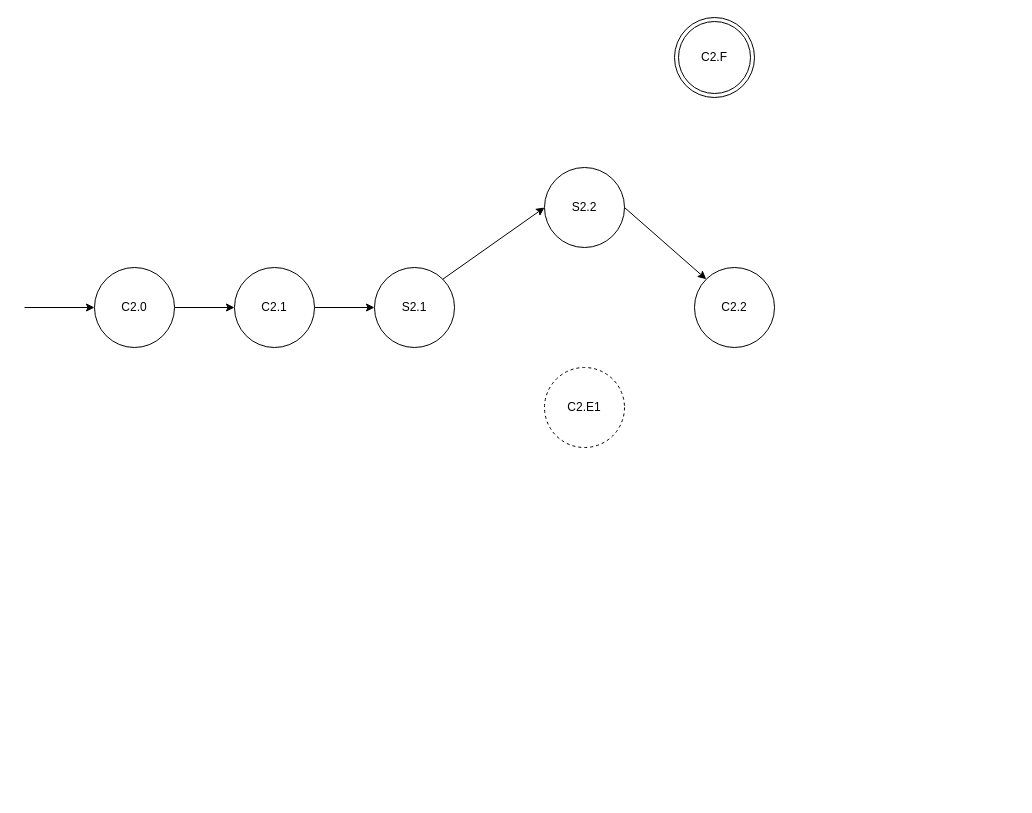
This is automate_2.4.drawio from CodeNelFey/diagramms, a draw.io file, before an edit. Source tidied: cells renumbered, new cells numbered last; positions are measured from the earlier drawing's top-left corner, leaving out a move shared by most shapes. Both pictures are drawn from the tidied source at 100%, with x=0, y=0 at pixel (24, 17).
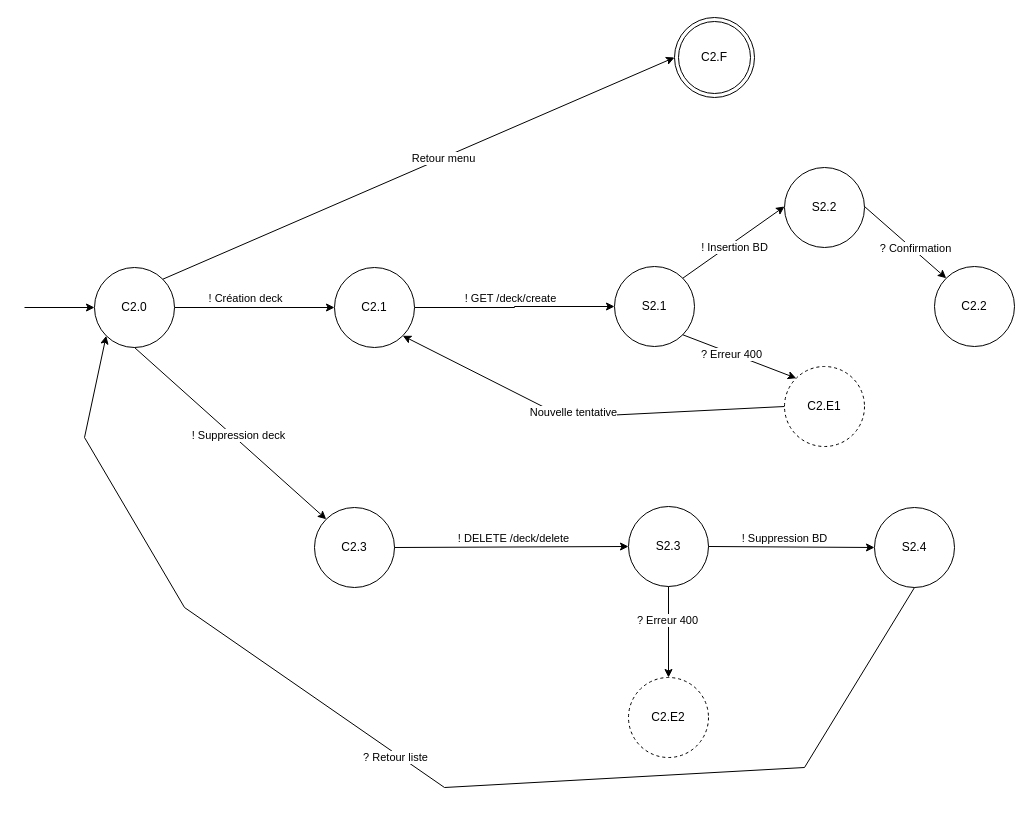
After the change.

Commit message (it also covers changes not shown here):
Mettre à jour automate_2.4.drawio

Unchanged cells that the change refers to:
```xml
<mxCell id="2" style="edgeStyle=orthogonalEdgeStyle;rounded=0;jettySize=auto;html=1;exitX=1;exitY=0.5;exitDx=0;exitDy=0;entryX=0;entryY=0.5;entryDx=0;entryDy=0;" parent="1" edge="1" source="3" target="6">
  <mxGeometry relative="1" as="geometry" />
</mxCell>
<mxCell id="3" value="C2.0" style="ellipse;whiteSpace=wrap;html=1;" parent="1" vertex="1">
  <mxGeometry x="70" y="250" width="80" height="80" as="geometry" />
</mxCell>
<mxCell id="5" style="edgeStyle=orthogonalEdgeStyle;rounded=0;jettySize=auto;html=1;entryX=0;entryY=0.5;entryDx=0;entryDy=0;" parent="1" edge="1" source="6" target="7">
  <mxGeometry relative="1" as="geometry" />
</mxCell>
<mxCell id="13" value="C2.F" style="ellipse;shape=doubleEllipse;whiteSpace=wrap;html=1;" parent="1" vertex="1">
  <mxGeometry x="650" width="80" height="80" as="geometry" />
</mxCell>
```

The edit, as a diff of the source:
```diff
@@
+    <mxCell id="14" value="! Création deck" style="edgeLabel;html=1;align=center;verticalAlign=middle;" parent="2" vertex="1">
+      <mxGeometry x="-0.12" y="-1" relative="1" as="geometry">
+        <mxPoint y="-11" as="offset" />
+      </mxGeometry>
+    </mxCell>
@@
+    <mxCell id="15" value="! GET /deck/create" style="edgeLabel;html=1;align=center;verticalAlign=middle;" parent="5" vertex="1">
+      <mxGeometry x="-0.05" y="-1" relative="1" as="geometry">
+        <mxPoint y="-11" as="offset" />
+      </mxGeometry>
+    </mxCell>
     <mxCell id="6" value="C2.1" style="ellipse;whiteSpace=wrap;html=1;" parent="1" vertex="1">
-      <mxGeometry x="210" y="250" width="80" height="80" as="geometry" />
+      <mxGeometry x="310" y="250" width="80" height="80" as="geometry" />
     </mxCell>
     <mxCell id="7" value="S2.1" style="ellipse;whiteSpace=wrap;html=1;" parent="1" vertex="1">
-      <mxGeometry x="350" y="250" width="80" height="80" as="geometry" />
+      <mxGeometry x="590" y="249" width="80" height="80" as="geometry" />
     </mxCell>
     <mxCell id="8" value="S2.2" style="ellipse;whiteSpace=wrap;html=1;" parent="1" vertex="1">
-      <mxGeometry x="520" y="150" width="80" height="80" as="geometry" />
+      <mxGeometry x="760" y="150" width="80" height="80" as="geometry" />
     </mxCell>
     <mxCell id="9" value="C2.2" style="ellipse;whiteSpace=wrap;html=1;" parent="1" vertex="1">
-      <mxGeometry x="670" y="250" width="80" height="80" as="geometry" />
+      <mxGeometry x="910" y="249" width="80" height="80" as="geometry" />
     </mxCell>
-    <mxCell id="10" style="endArrow=classic;html=1;rounded=0;exitX=1;exitY=0;exitDx=0;exitDy=0;entryX=0;entryY=0.5;entryDx=0;entryDy=0;" parent="1" edge="1" source="7" target="8">
-      <mxGeometry relative="1" as="geometry" />
+    <mxCell id="10" style="endArrow=classic;html=1;rounded=0;exitX=1;exitY=0;exitDx=0;exitDy=0;entryX=0;entryY=0.5;entryDx=0;entryDy=0;" parent="1" edge="1" source="7">
+      <mxGeometry relative="1" as="geometry">
+        <mxPoint x="760" y="189" as="targetPoint" />
+      </mxGeometry>
     </mxCell>
+    <mxCell id="16" value="! Insertion BD" style="edgeLabel;html=1;align=center;verticalAlign=middle;" parent="10" vertex="1">
+      <mxGeometry x="-0.03" y="-4" relative="1" as="geometry" />
+    </mxCell>
-    <mxCell id="11" style="endArrow=classic;html=1;rounded=0;exitX=1;exitY=0.5;exitDx=0;exitDy=0;entryX=0;entryY=0;entryDx=0;entryDy=0;" parent="1" edge="1" source="8" target="9">
-      <mxGeometry relative="1" as="geometry" />
+    <mxCell id="11" style="endArrow=classic;html=1;rounded=0;exitX=1;exitY=0.5;exitDx=0;exitDy=0;entryX=0;entryY=0;entryDx=0;entryDy=0;" parent="1" edge="1" target="9">
+      <mxGeometry relative="1" as="geometry">
+        <mxPoint x="840" y="189" as="sourcePoint" />
+      </mxGeometry>
     </mxCell>
+    <mxCell id="17" value="? Confirmation" style="edgeLabel;html=1;align=center;verticalAlign=middle;" parent="11" vertex="1">
+      <mxGeometry x="-0.01" relative="1" as="geometry">
+        <mxPoint x="10" y="6" as="offset" />
+      </mxGeometry>
+    </mxCell>
     <mxCell id="12" value="C2.E1" style="ellipse;whiteSpace=wrap;html=1;align=center;dashed=1;" parent="1" vertex="1">
-      <mxGeometry x="520" y="350" width="80" height="80" as="geometry" />
+      <mxGeometry x="760" y="349" width="80" height="80" as="geometry" />
     </mxCell>
@@
+    <mxCell id="18" style="endArrow=classic;html=1;rounded=0;exitX=1;exitY=0;exitDx=0;exitDy=0;entryX=0;entryY=0.5;entryDx=0;entryDy=0;" parent="1" edge="1" source="3" target="13">
+      <mxGeometry relative="1" as="geometry" />
+    </mxCell>
+    <mxCell id="19" value="Retour menu" style="edgeLabel;html=1;align=center;verticalAlign=middle;" parent="18" vertex="1">
+      <mxGeometry x="-0.22" relative="1" as="geometry">
+        <mxPoint x="81" y="-35" as="offset" />
+      </mxGeometry>
+    </mxCell>
+    <mxCell id="20" style="endArrow=classic;html=1;rounded=0;exitX=1;exitY=1;exitDx=0;exitDy=0;entryX=0;entryY=0;entryDx=0;entryDy=0;" parent="1" edge="1" source="7" target="12">
+      <mxGeometry relative="1" as="geometry" />
+    </mxCell>
+    <mxCell id="21" value="? Erreur 400" style="edgeLabel;html=1;align=center;verticalAlign=middle;" parent="20" vertex="1">
+      <mxGeometry x="-0.14" relative="1" as="geometry">
+        <mxPoint y="1" as="offset" />
+      </mxGeometry>
+    </mxCell>
+    <mxCell id="22" value="C2.3" style="ellipse;whiteSpace=wrap;html=1;" parent="1" vertex="1">
+      <mxGeometry x="290" y="490" width="80" height="80" as="geometry" />
+    </mxCell>
+    <mxCell id="23" value="S2.3" style="ellipse;whiteSpace=wrap;html=1;" parent="1" vertex="1">
+      <mxGeometry x="604" y="489" width="80" height="80" as="geometry" />
+    </mxCell>
+    <mxCell id="24" value="C2.E2" style="ellipse;whiteSpace=wrap;html=1;align=center;dashed=1;" parent="1" vertex="1">
+      <mxGeometry x="604" y="660" width="80" height="80" as="geometry" />
+    </mxCell>
+    <mxCell id="25" style="endArrow=classic;html=1;rounded=0;exitX=0.5;exitY=1;exitDx=0;exitDy=0;entryX=0;entryY=0;entryDx=0;entryDy=0;" parent="1" edge="1" source="3" target="22">
+      <mxGeometry relative="1" as="geometry" />
+    </mxCell>
+    <mxCell id="26" value="! Suppression deck" style="edgeLabel;html=1;align=center;verticalAlign=middle;" parent="25" vertex="1">
+      <mxGeometry x="0.05" y="3" relative="1" as="geometry">
+        <mxPoint x="1" as="offset" />
+      </mxGeometry>
+    </mxCell>
+    <mxCell id="27" value="S2.4" style="ellipse;whiteSpace=wrap;html=1;" parent="1" vertex="1">
+      <mxGeometry x="850" y="490" width="80" height="80" as="geometry" />
+    </mxCell>
+    <mxCell id="28" style="endArrow=classic;html=1;rounded=0;exitX=1;exitY=0.5;exitDx=0;exitDy=0;entryX=0;entryY=0.5;entryDx=0;entryDy=0;" parent="1" edge="1" source="22" target="23">
+      <mxGeometry relative="1" as="geometry" />
+    </mxCell>
+    <mxCell id="29" value="! DELETE /deck/delete" style="edgeLabel;html=1;align=center;verticalAlign=middle;" parent="28" vertex="1">
+      <mxGeometry x="0.01" y="-2" relative="1" as="geometry">
+        <mxPoint y="-11" as="offset" />
+      </mxGeometry>
+    </mxCell>
+    <mxCell id="30" style="endArrow=classic;html=1;rounded=0;exitX=1;exitY=0.5;exitDx=0;exitDy=0;entryX=0;entryY=0.5;entryDx=0;entryDy=0;" parent="1" edge="1" source="23" target="27">
+      <mxGeometry relative="1" as="geometry" />
+    </mxCell>
+    <mxCell id="31" value="! Suppression BD" style="edgeLabel;html=1;align=center;verticalAlign=middle;" parent="30" vertex="1">
+      <mxGeometry x="-0.22" y="-4" relative="1" as="geometry">
+        <mxPoint x="11" y="-13" as="offset" />
+      </mxGeometry>
+    </mxCell>
+    <mxCell id="32" style="endArrow=classic;html=1;rounded=0;exitX=0.5;exitY=1;exitDx=0;exitDy=0;entryX=0;entryY=1;entryDx=0;entryDy=0;" parent="1" edge="1" source="27" target="3">
+      <mxGeometry relative="1" as="geometry">
+        <Array as="points">
+          <mxPoint x="780" y="750" />
+          <mxPoint x="420" y="770" />
+          <mxPoint x="160" y="590" />
+          <mxPoint x="60" y="420" />
+        </Array>
+      </mxGeometry>
+    </mxCell>
+    <mxCell id="33" value="? Retour liste" style="edgeLabel;html=1;align=center;verticalAlign=middle;" parent="32" vertex="1">
+      <mxGeometry x="0.06" y="2" relative="1" as="geometry">
+        <mxPoint y="1" as="offset" />
+      </mxGeometry>
+    </mxCell>
+    <mxCell id="34" style="endArrow=classic;html=1;rounded=0;exitX=0.5;exitY=1;exitDx=0;exitDy=0;entryX=0.5;entryY=0;entryDx=0;entryDy=0;" parent="1" edge="1" source="23" target="24">
+      <mxGeometry relative="1" as="geometry" />
+    </mxCell>
+    <mxCell id="35" value="? Erreur 400" style="edgeLabel;html=1;align=center;verticalAlign=middle;" parent="34" vertex="1">
+      <mxGeometry x="-0.29" y="-2" relative="1" as="geometry">
+        <mxPoint y="1" as="offset" />
+      </mxGeometry>
+    </mxCell>
+    <mxCell id="36" style="endArrow=classic;html=1;rounded=0;exitX=0;exitY=0.5;exitDx=0;exitDy=0;entryX=1;entryY=1;entryDx=0;entryDy=0;" parent="1" edge="1" source="12" target="6">
+      <mxGeometry relative="1" as="geometry">
+        <Array as="points">
+          <mxPoint x="540" y="400" />
+        </Array>
+      </mxGeometry>
+    </mxCell>
+    <mxCell id="37" value="Nouvelle tentative" style="edgeLabel;html=1;align=center;verticalAlign=middle;" parent="36" vertex="1">
+      <mxGeometry x="-0.03" y="-4" relative="1" as="geometry">
+        <mxPoint x="-17" as="offset" />
+      </mxGeometry>
+    </mxCell>
```
